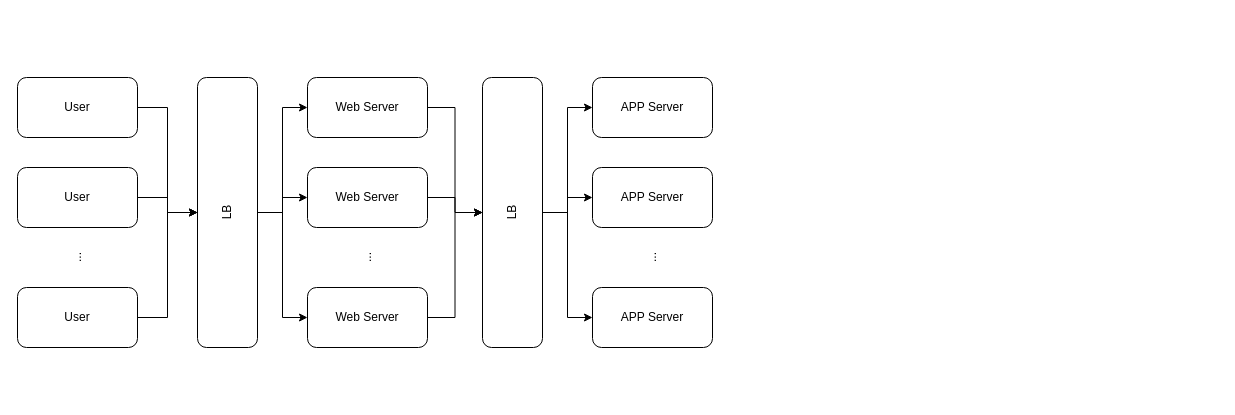
whmou/component-archs keeps this draw.io diagram as drawios/Design Pastebin.drawio. Above is the earlier version. Source tidied: cells renumbered, new cells numbered last; positions are measured from the earlier drawing's top-left corner, leaving out a move shared by most shapes. Both pictures are drawn from the tidied source at 100%, with x=0, y=0 at pixel (17, 77).
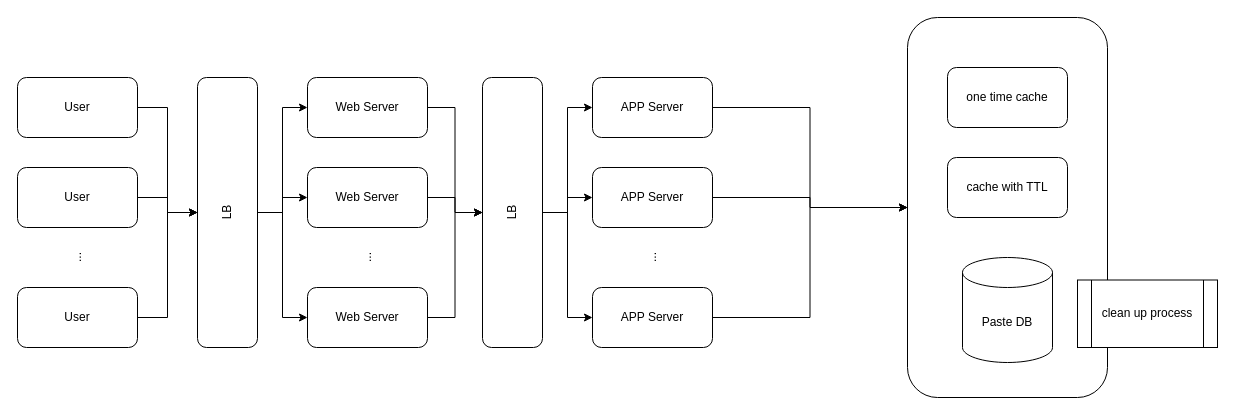
The same page after the edit.

The change refers to these unchanged cells:
```xml
<mxCell id="24" value="APP Server" style="rounded=1;whiteSpace=wrap;html=1;" parent="1" vertex="1">
  <mxGeometry x="575" width="120" height="60" as="geometry" />
</mxCell>
<mxCell id="25" value="APP Server" style="rounded=1;whiteSpace=wrap;html=1;" parent="1" vertex="1">
  <mxGeometry x="575" y="90" width="120" height="60" as="geometry" />
</mxCell>
<mxCell id="26" value="APP Server" style="rounded=1;whiteSpace=wrap;html=1;" parent="1" vertex="1">
  <mxGeometry x="575" y="210" width="120" height="60" as="geometry" />
</mxCell>
```

What changed in the source:
```diff
@@
+    <mxCell id="28" style="rounded=1;whiteSpace=wrap;html=1;" parent="1" vertex="1">
+      <mxGeometry x="890" y="-60" width="200" height="380" as="geometry" />
+    </mxCell>
@@
+    <mxCell id="29" style="edgeStyle=orthogonalEdgeStyle;rounded=0;jettySize=auto;html=1;" parent="1" edge="1" source="24" target="28">
+      <mxGeometry relative="1" as="geometry" />
+    </mxCell>
@@
+    <mxCell id="30" style="edgeStyle=orthogonalEdgeStyle;rounded=0;jettySize=auto;html=1;" parent="1" edge="1" source="25" target="28">
+      <mxGeometry relative="1" as="geometry" />
+    </mxCell>
@@
+    <mxCell id="31" style="edgeStyle=orthogonalEdgeStyle;rounded=0;jettySize=auto;html=1;" parent="1" edge="1" source="26" target="28">
+      <mxGeometry relative="1" as="geometry" />
+    </mxCell>
@@
+    <mxCell id="32" value="one time cache" style="rounded=1;whiteSpace=wrap;html=1;" parent="1" vertex="1">
+      <mxGeometry x="930" y="-10" width="120" height="60" as="geometry" />
+    </mxCell>
+    <mxCell id="33" value="cache with TTL" style="rounded=1;whiteSpace=wrap;html=1;" parent="1" vertex="1">
+      <mxGeometry x="930" y="80" width="120" height="60" as="geometry" />
+    </mxCell>
+    <mxCell id="34" value="Paste DB" style="shape=cylinder3;whiteSpace=wrap;html=1;boundedLbl=1;backgroundOutline=1;size=15;" parent="1" vertex="1">
+      <mxGeometry x="945" y="180" width="90" height="105" as="geometry" />
+    </mxCell>
+    <mxCell id="35" value="clean up process" style="shape=process;whiteSpace=wrap;html=1;backgroundOutline=1;" parent="1" vertex="1">
+      <mxGeometry x="1060" y="202.5" width="140" height="67.5" as="geometry" />
+    </mxCell>
```
